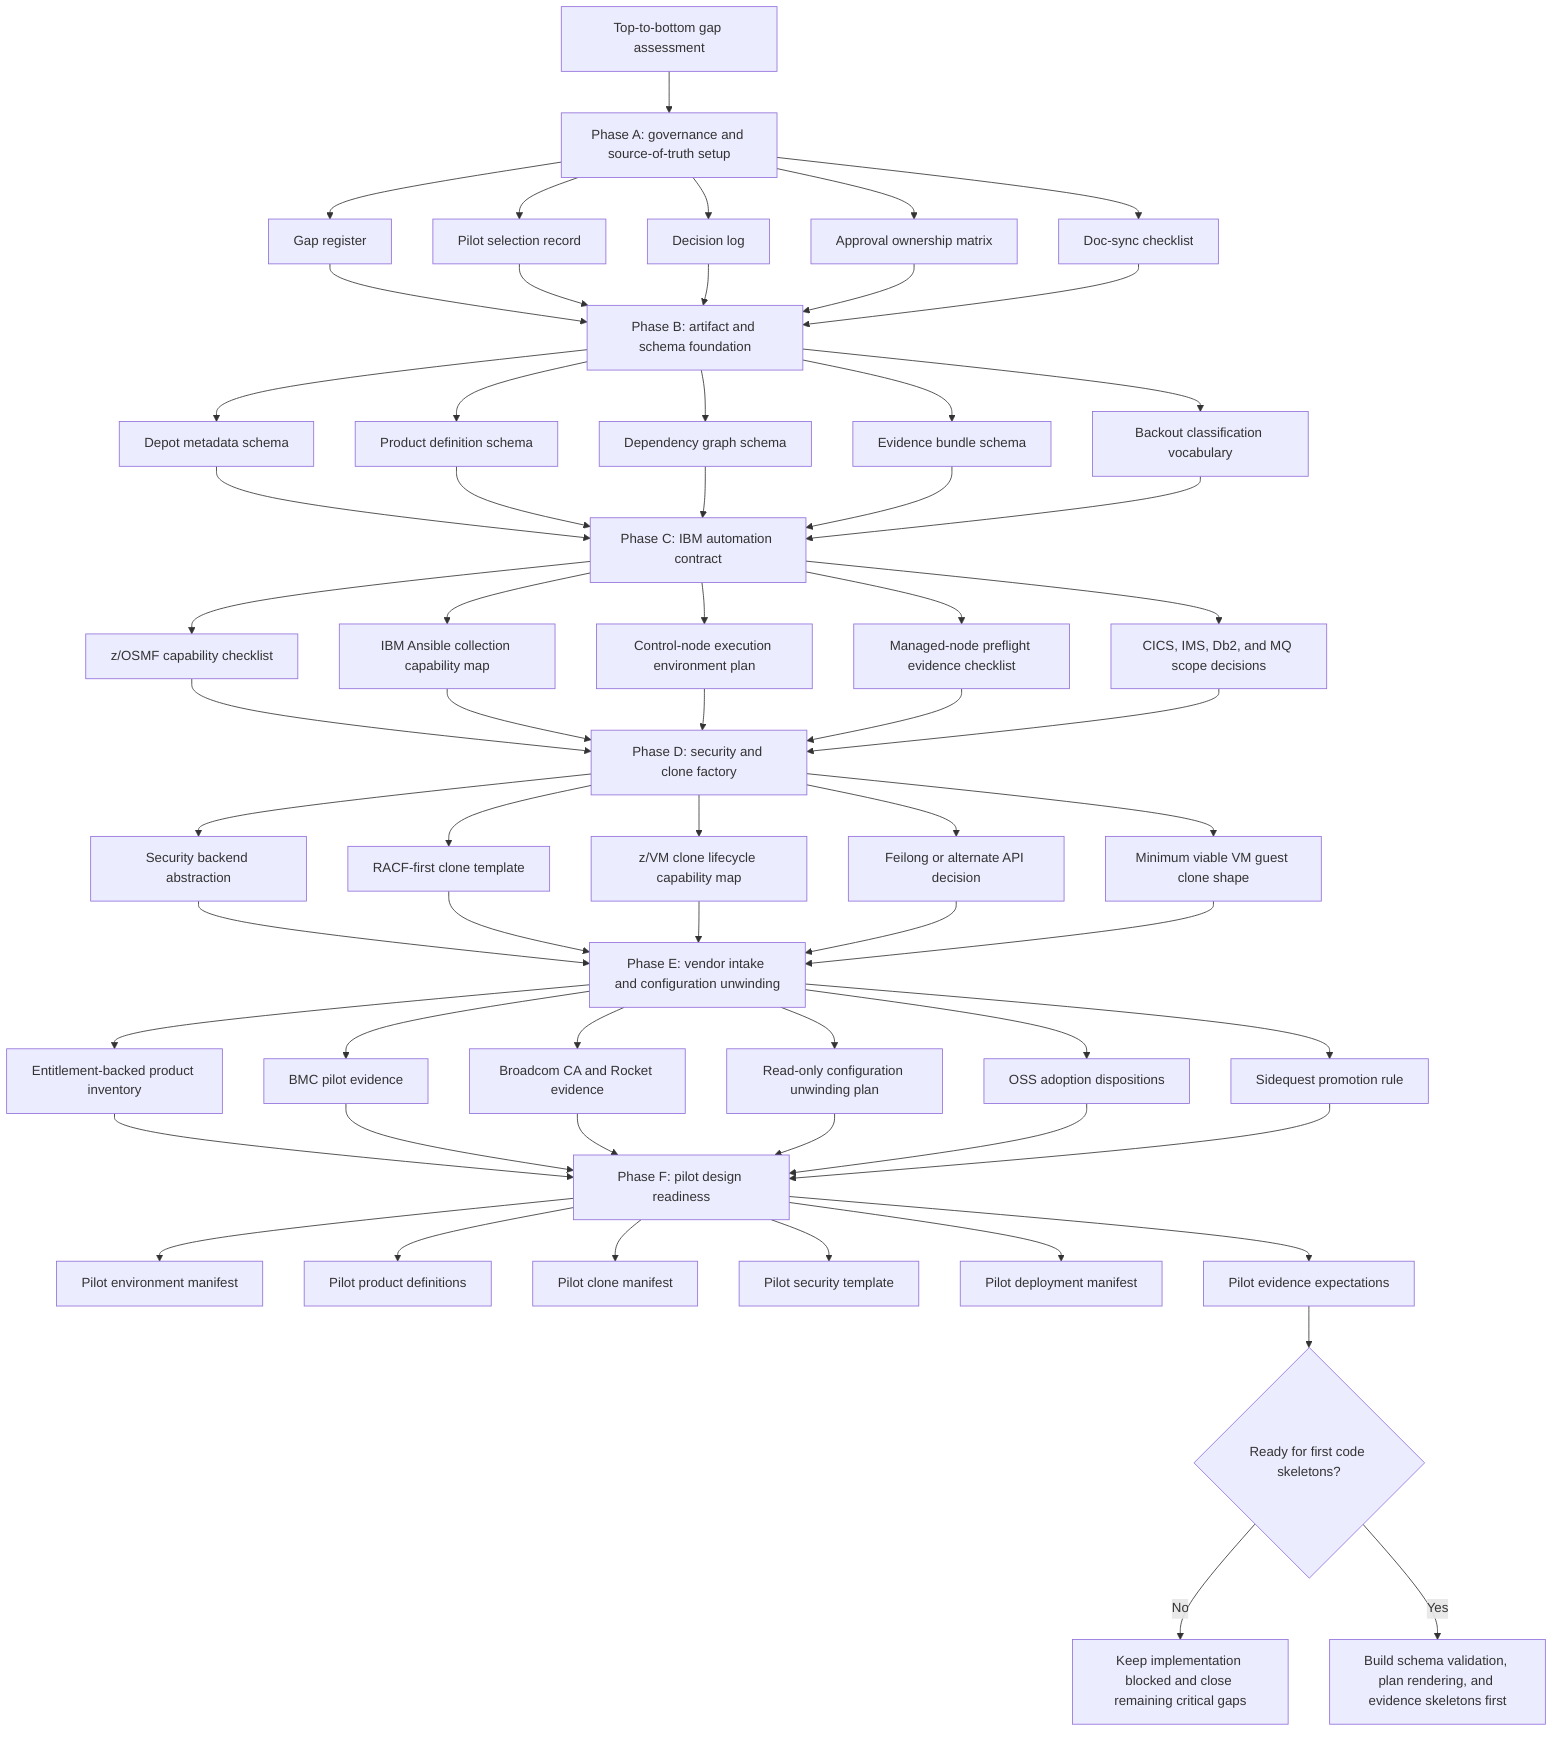
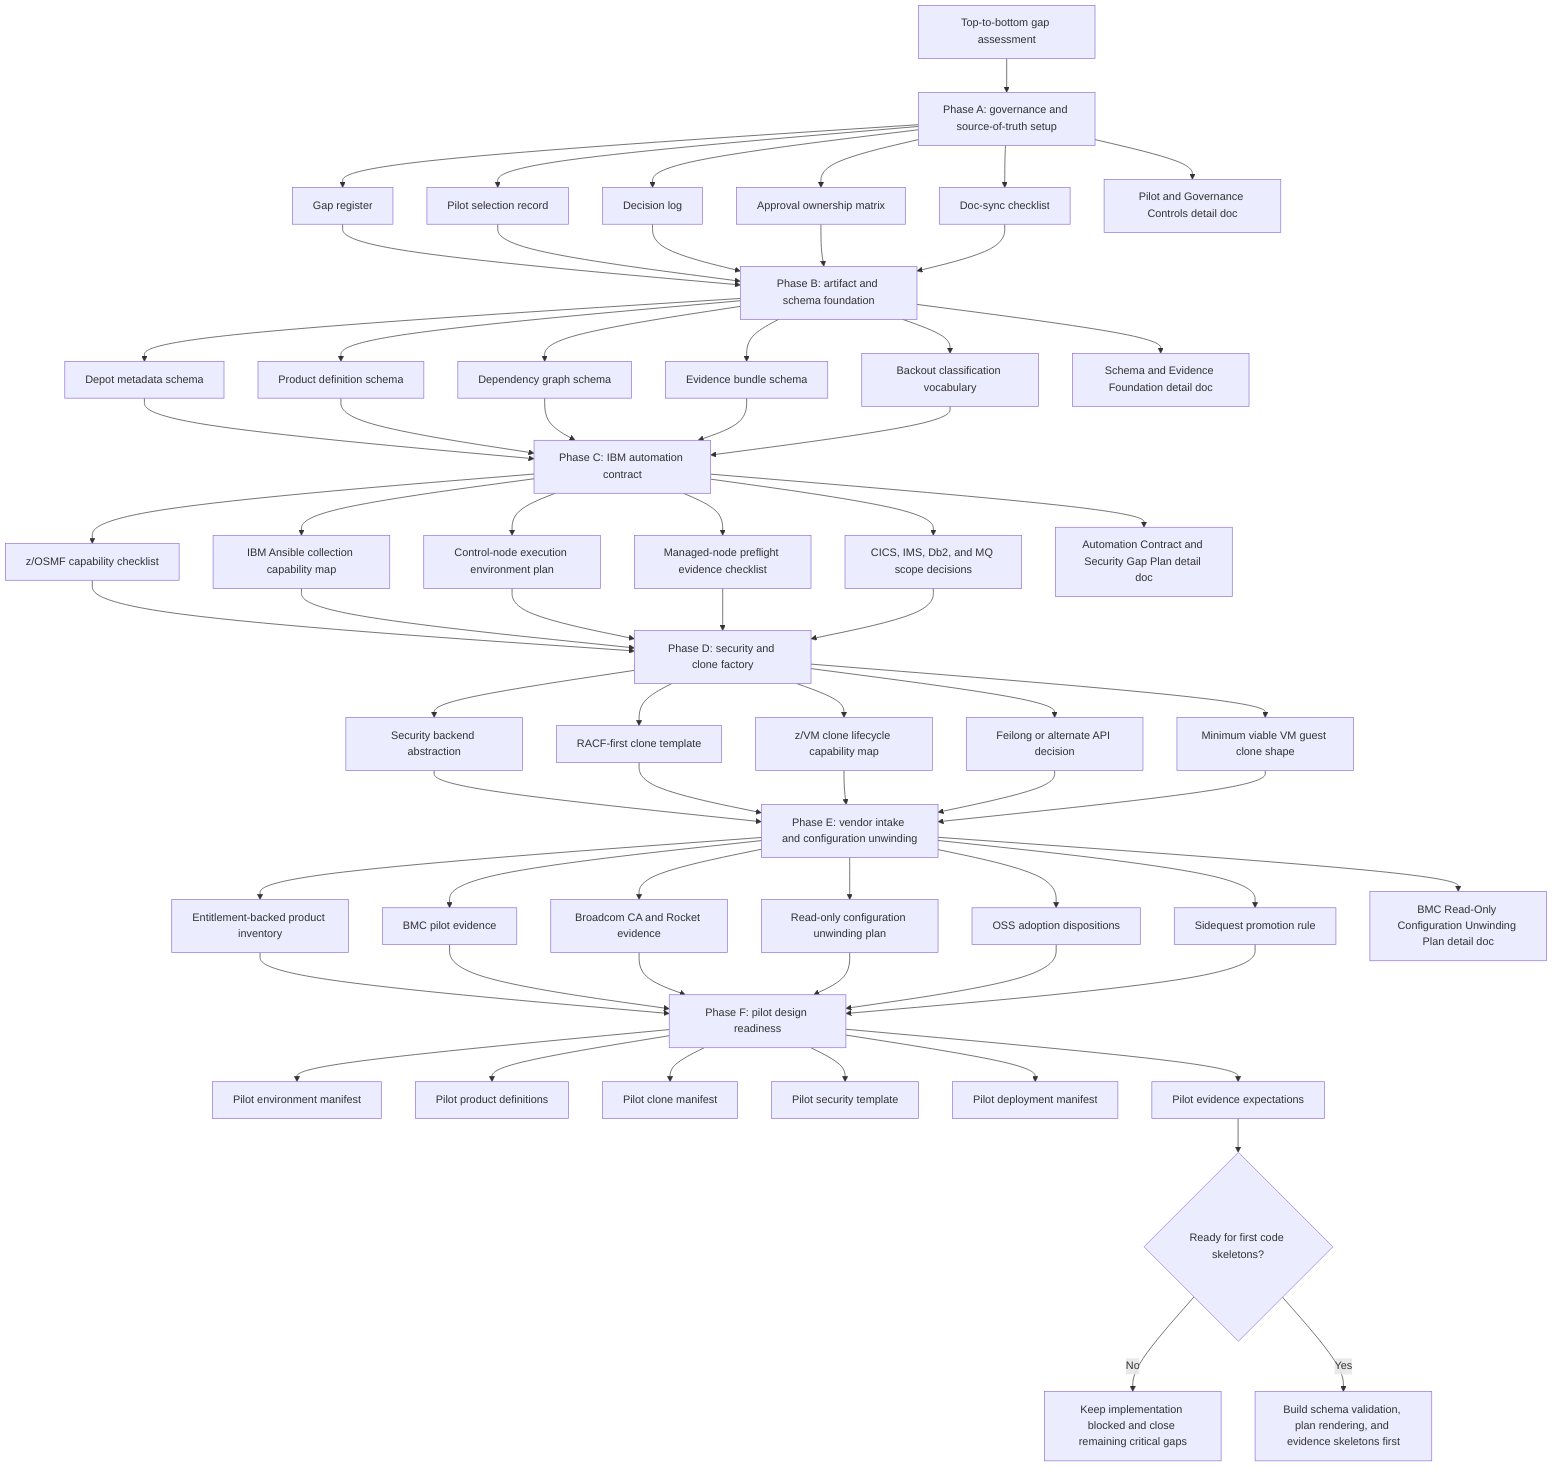
flowchart TD
    A["Top-to-bottom gap assessment"] --> B["Phase A: governance and source-of-truth setup"]
    B --> C["Gap register"]
    B --> D["Pilot selection record"]
    B --> E["Decision log"]
    B --> F["Approval ownership matrix"]
    B --> G["Doc-sync checklist"]
+     B --> BA["Pilot and Governance Controls detail doc"]

    C --> H["Phase B: artifact and schema foundation"]
    D --> H
    E --> H
    F --> H
    G --> H

    H --> I["Depot metadata schema"]
    H --> J["Product definition schema"]
    H --> K["Dependency graph schema"]
    H --> L["Evidence bundle schema"]
    H --> M["Backout classification vocabulary"]
+     H --> HA["Schema and Evidence Foundation detail doc"]

    I --> N["Phase C: IBM automation contract"]
    J --> N
    K --> N
    L --> N
    M --> N

    N --> O["z/OSMF capability checklist"]
    N --> P["IBM Ansible collection capability map"]
    N --> Q["Control-node execution environment plan"]
    N --> R["Managed-node preflight evidence checklist"]
    N --> S["CICS, IMS, Db2, and MQ scope decisions"]
+     N --> NA["Automation Contract and Security Gap Plan detail doc"]

    O --> T["Phase D: security and clone factory"]
    P --> T
    Q --> T
    R --> T
    S --> T

    T --> U["Security backend abstraction"]
    T --> V["RACF-first clone template"]
    T --> W["z/VM clone lifecycle capability map"]
    T --> X["Feilong or alternate API decision"]
    T --> Y["Minimum viable VM guest clone shape"]

    U --> Z["Phase E: vendor intake and configuration unwinding"]
    V --> Z
    W --> Z
    X --> Z
    Y --> Z

    Z --> AA["Entitlement-backed product inventory"]
    Z --> AB["BMC pilot evidence"]
    Z --> AC["Broadcom CA and Rocket evidence"]
    Z --> AD["Read-only configuration unwinding plan"]
    Z --> AE["OSS adoption dispositions"]
    Z --> AF["Sidequest promotion rule"]
+     Z --> ZA["BMC Read-Only Configuration Unwinding Plan detail doc"]

    AA --> AG["Phase F: pilot design readiness"]
    AB --> AG
    AC --> AG
    AD --> AG
    AE --> AG
    AF --> AG

    AG --> AH["Pilot environment manifest"]
    AG --> AI["Pilot product definitions"]
    AG --> AJ["Pilot clone manifest"]
    AG --> AK["Pilot security template"]
    AG --> AL["Pilot deployment manifest"]
    AG --> AM["Pilot evidence expectations"]
    AM --> AN{"Ready for first code skeletons?"}
    AN -- "No" --> AO["Keep implementation blocked and close remaining critical gaps"]
    AN -- "Yes" --> AP["Build schema validation, plan rendering, and evidence skeletons first"]
